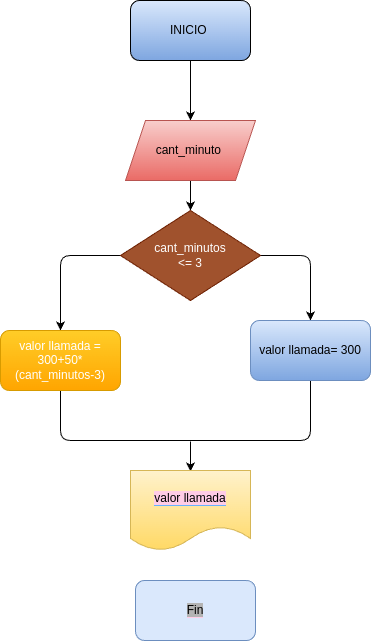
Above: Driagrama.png in Eyersson/Condicionales-1 (draw.io), before the change. Source tidied: cells renumbered, new cells last; positions are measured from the earlier drawing's top-left corner, leaving out a move shared by most shapes. The source it was exported from:
```xml
<mxGraphModel>
  <root>
    <mxCell id="0" />
    <mxCell id="1" parent="0" />
    <mxCell id="2" style="edgeStyle=none;html=1;fontColor=#000000;" parent="1" edge="1" source="3" target="5">
      <mxGeometry relative="1" as="geometry" />
    </mxCell>
    <mxCell id="3" value="&lt;font color=&quot;#000000&quot;&gt;INICIO&amp;nbsp;&lt;/font&gt;" style="rounded=1;whiteSpace=wrap;html=1;fillColor=#dae8fc;gradientColor=#7ea6e0;strokeColor=#000000;" parent="1" vertex="1">
      <mxGeometry x="130" width="120" height="60" as="geometry" />
    </mxCell>
    <mxCell id="4" style="edgeStyle=none;html=1;fontColor=#000000;" parent="1" edge="1" source="5" target="8">
      <mxGeometry relative="1" as="geometry" />
    </mxCell>
    <mxCell id="5" value="&lt;font color=&quot;#000000&quot;&gt;cant_minuto&amp;nbsp;&lt;/font&gt;" style="shape=parallelogram;perimeter=parallelogramPerimeter;whiteSpace=wrap;html=1;fixedSize=1;strokeColor=#b85450;fillColor=#f8cecc;gradientColor=#ea6b66;" parent="1" vertex="1">
      <mxGeometry x="125" y="120" width="130" height="60" as="geometry" />
    </mxCell>
    <mxCell id="6" style="edgeStyle=none;html=1;fontColor=#000000;" parent="1" edge="1" source="8">
      <mxGeometry relative="1" as="geometry">
        <mxPoint x="310" y="320" as="targetPoint" />
        <Array as="points">
          <mxPoint x="310" y="255" />
        </Array>
      </mxGeometry>
    </mxCell>
    <mxCell id="7" style="edgeStyle=none;html=1;fontColor=#000000;" parent="1" edge="1" source="8" target="10">
      <mxGeometry relative="1" as="geometry">
        <Array as="points">
          <mxPoint x="60" y="255" />
          <mxPoint x="60" y="310" />
        </Array>
      </mxGeometry>
    </mxCell>
    <mxCell id="8" value="cant_minutos&lt;br&gt;&amp;lt;= 3" style="rhombus;whiteSpace=wrap;html=1;strokeColor=#6D1F00;fillColor=#a0522d;fontColor=#ffffff;" parent="1" vertex="1">
      <mxGeometry x="120" y="210" width="140" height="90" as="geometry" />
    </mxCell>
    <mxCell id="9" style="edgeStyle=none;html=1;fontColor=#000000;endArrow=none;endFill=0;" parent="1" edge="1" source="10">
      <mxGeometry relative="1" as="geometry">
        <mxPoint x="190" y="440" as="targetPoint" />
        <Array as="points">
          <mxPoint x="60" y="440" />
        </Array>
      </mxGeometry>
    </mxCell>
    <mxCell id="10" value="&lt;font color=&quot;#ffffff&quot;&gt;valor llamada =&lt;br&gt;300+50*&lt;br&gt;(cant_minutos-3)&lt;/font&gt;" style="rounded=1;whiteSpace=wrap;html=1;strokeColor=#d79b00;fillColor=#ffcd28;gradientColor=#ffa500;" parent="1" vertex="1">
      <mxGeometry y="330" width="120" height="60" as="geometry" />
    </mxCell>
    <mxCell id="11" style="edgeStyle=none;html=1;fontColor=#000000;endArrow=none;endFill=0;" parent="1" edge="1" source="12">
      <mxGeometry relative="1" as="geometry">
        <mxPoint x="180" y="440" as="targetPoint" />
        <Array as="points">
          <mxPoint x="310" y="440" />
        </Array>
      </mxGeometry>
    </mxCell>
    <mxCell id="12" value="&lt;font color=&quot;#000000&quot;&gt;valor llamada= 300&lt;/font&gt;" style="rounded=1;whiteSpace=wrap;html=1;strokeColor=#6c8ebf;fillColor=#dae8fc;gradientColor=#7ea6e0;" parent="1" vertex="1">
      <mxGeometry x="250" y="320" width="120" height="60" as="geometry" />
    </mxCell>
    <mxCell id="13" style="edgeStyle=none;html=1;fontColor=#000000;entryX=0.5;entryY=0;entryDx=0;entryDy=0;" parent="1" edge="1">
      <mxGeometry relative="1" as="geometry">
        <mxPoint x="190" y="441" as="sourcePoint" />
        <mxPoint x="190" y="471" as="targetPoint" />
      </mxGeometry>
    </mxCell>
    <mxCell id="14" value="&lt;font style=&quot;background-color: rgb(255, 204, 230);&quot; color=&quot;#000000&quot;&gt;valor llamada&lt;/font&gt;" style="shape=document;whiteSpace=wrap;html=1;boundedLbl=1;labelBackgroundColor=#66B2FF;strokeColor=#d6b656;fillColor=#fff2cc;gradientColor=#ffd966;" parent="1" vertex="1">
      <mxGeometry x="130" y="470" width="120" height="80" as="geometry" />
    </mxCell>
    <mxCell id="15" value="&lt;font color=&quot;#000000&quot; style=&quot;background-color: rgb(179, 179, 179);&quot;&gt;Fin&lt;/font&gt;" style="rounded=1;whiteSpace=wrap;html=1;labelBackgroundColor=#FFCCE6;strokeColor=#6c8ebf;fillColor=#dae8fc;" parent="1" vertex="1">
      <mxGeometry x="135" y="580" width="120" height="60" as="geometry" />
    </mxCell>
  </root>
</mxGraphModel>
```
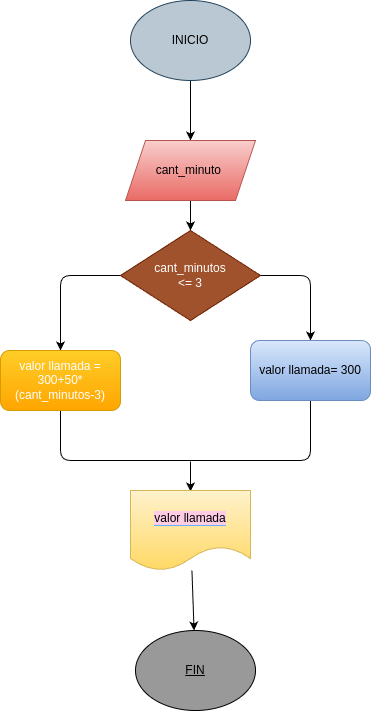
The same file after the commit.

Commit message:
se modifico el diagrama

What changed in the source:
```diff
@@ -5,9 +5,6 @@
     <mxCell id="2" style="edgeStyle=none;html=1;fontColor=#000000;" parent="1" edge="1" source="3" target="5">
       <mxGeometry relative="1" as="geometry" />
     </mxCell>
-    <mxCell id="3" value="&lt;font color=&quot;#000000&quot;&gt;INICIO&amp;nbsp;&lt;/font&gt;" style="rounded=1;whiteSpace=wrap;html=1;fillColor=#dae8fc;gradientColor=#7ea6e0;strokeColor=#000000;" parent="1" vertex="1">
-      <mxGeometry x="130" width="120" height="60" as="geometry" />
-    </mxCell>
     <mxCell id="4" style="edgeStyle=none;html=1;fontColor=#000000;" parent="1" edge="1" source="5" target="8">
       <mxGeometry relative="1" as="geometry" />
     </mxCell>
@@ -61,11 +58,17 @@
         <mxPoint x="190" y="471" as="targetPoint" />
       </mxGeometry>
     </mxCell>
+    <mxCell id="16" style="edgeStyle=none;html=1;" parent="1" edge="1" source="14" target="17">
+      <mxGeometry relative="1" as="geometry" />
+    </mxCell>
     <mxCell id="14" value="&lt;font style=&quot;background-color: rgb(255, 204, 230);&quot; color=&quot;#000000&quot;&gt;valor llamada&lt;/font&gt;" style="shape=document;whiteSpace=wrap;html=1;boundedLbl=1;labelBackgroundColor=#66B2FF;strokeColor=#d6b656;fillColor=#fff2cc;gradientColor=#ffd966;" parent="1" vertex="1">
       <mxGeometry x="130" y="470" width="120" height="80" as="geometry" />
     </mxCell>
-    <mxCell id="15" value="&lt;font color=&quot;#000000&quot; style=&quot;background-color: rgb(179, 179, 179);&quot;&gt;Fin&lt;/font&gt;" style="rounded=1;whiteSpace=wrap;html=1;labelBackgroundColor=#FFCCE6;strokeColor=#6c8ebf;fillColor=#dae8fc;" parent="1" vertex="1">
-      <mxGeometry x="135" y="580" width="120" height="60" as="geometry" />
-    </mxCell>
+    <mxCell id="17" value="&lt;u&gt;FIN&lt;/u&gt;" style="ellipse;whiteSpace=wrap;html=1;fillColor=#999999;" parent="1" vertex="1">
+      <mxGeometry x="135" y="610" width="120" height="80" as="geometry" />
+    </mxCell>
+    <mxCell id="3" value="INICIO" style="ellipse;whiteSpace=wrap;html=1;fillColor=#bac8d3;strokeColor=#23445d;" parent="1" vertex="1">
+      <mxGeometry x="130" y="-20" width="120" height="80" as="geometry" />
+    </mxCell>
   </root>
 </mxGraphModel>
```
